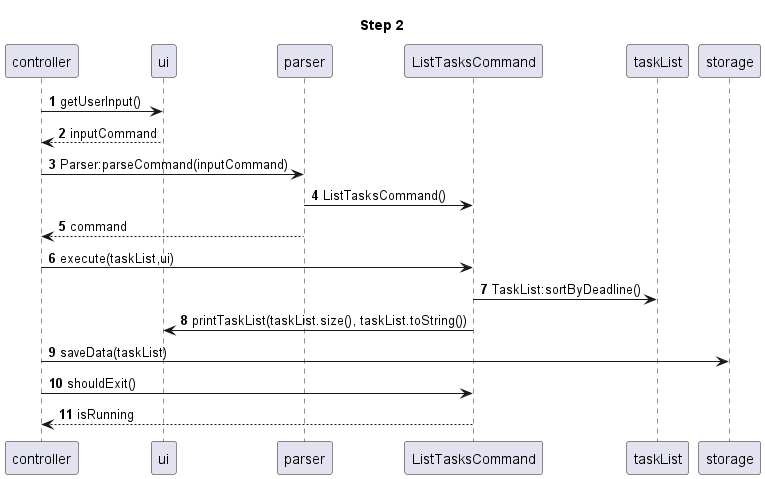
Earlier version of the PlantUML export docs/images/StorageSequenceDiagramStep2-Step_2.png (nus-cs2113-AY2223S2/tp).
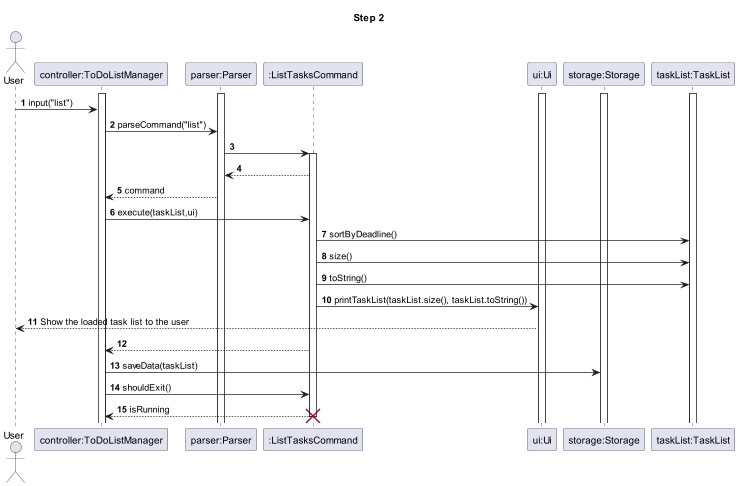
The same file after the commit.

Commit message:
Update developer guide and sequence diagrams and delete unnecessary file

Change to the diagram source:
```diff
@@ -1,17 +1,39 @@
 @startuml
 
 autonumber
+actor User
+participant "controller:ToDoListManager" as ToDoListManager
+participant "parser:Parser" as Parser
+participant ":ListTasksCommand" as ListTasksCommand
+participant "ui:Ui" as Ui
+participant "storage:Storage" as Storage
+participant "taskList:TaskList" as TaskList
+
+
 title Step 2
-controller -> ui:getUserInput()
-controller <-- ui:inputCommand
-controller -> parser:Parser:parseCommand(inputCommand)
-parser -> ListTasksCommand:ListTasksCommand()
-controller <-- parser:command
-controller -> ListTasksCommand:execute(taskList,ui)
-ListTasksCommand -> taskList:TaskList:sortByDeadline()
-ListTasksCommand -> ui:printTaskList(taskList.size(), taskList.toString())
-controller -> storage:saveData(taskList)
-controller -> ListTasksCommand:shouldExit()
-controller <-- ListTasksCommand:isRunning
+activate ToDoListManager
+activate Parser
+activate Ui
+activate Storage
+activate TaskList
+User -> ToDoListManager:input("list")
+ToDoListManager -> Parser:parseCommand("list")
+
+Parser -> ListTasksCommand
+activate ListTasksCommand
+Parser <-- ListTasksCommand
+ToDoListManager <-- Parser:command
+ToDoListManager -> ListTasksCommand:execute(taskList,ui)
+ListTasksCommand -> TaskList:sortByDeadline()
+ListTasksCommand -> TaskList:size()
+ListTasksCommand -> TaskList:toString()
+ListTasksCommand -> Ui:printTaskList(taskList.size(), taskList.toString())
+Ui --> User:Show the loaded task list to the user
+
+ToDoListManager <-- ListTasksCommand
+ToDoListManager -> Storage:saveData(taskList)
+ToDoListManager -> ListTasksCommand:shouldExit()
+ToDoListManager <-- ListTasksCommand:isRunning
+destroy ListTasksCommand
 
 @enduml
```
